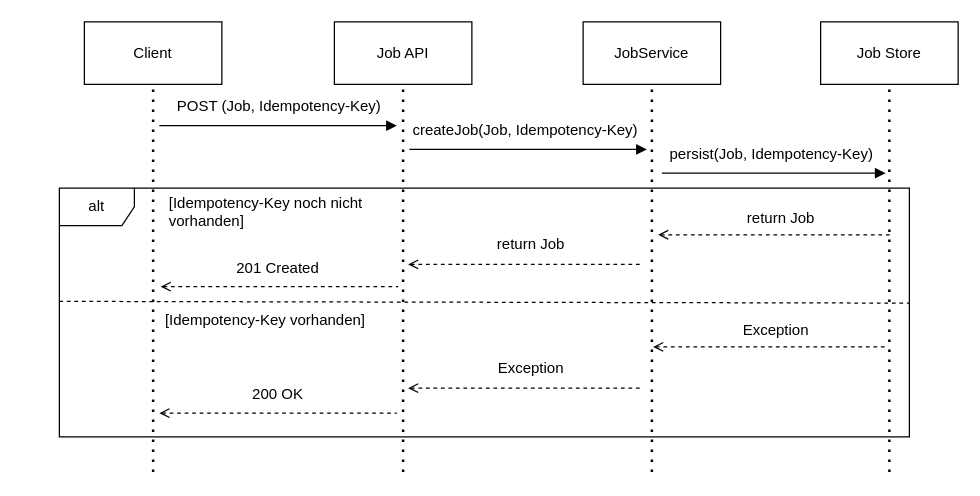
Earlier version of the draw.io diagram Paper/drawio/jobannahmeSequenzdiagramm.drawio (murfei/FaultTolerantJobProcessing). Source tidied: cells renumbered, new cells numbered last; positions are measured from the earlier drawing's top-left corner, leaving out a move shared by most shapes. Both pictures are drawn from the tidied source at 125%, with x=0, y=0 at pixel (59, 21).
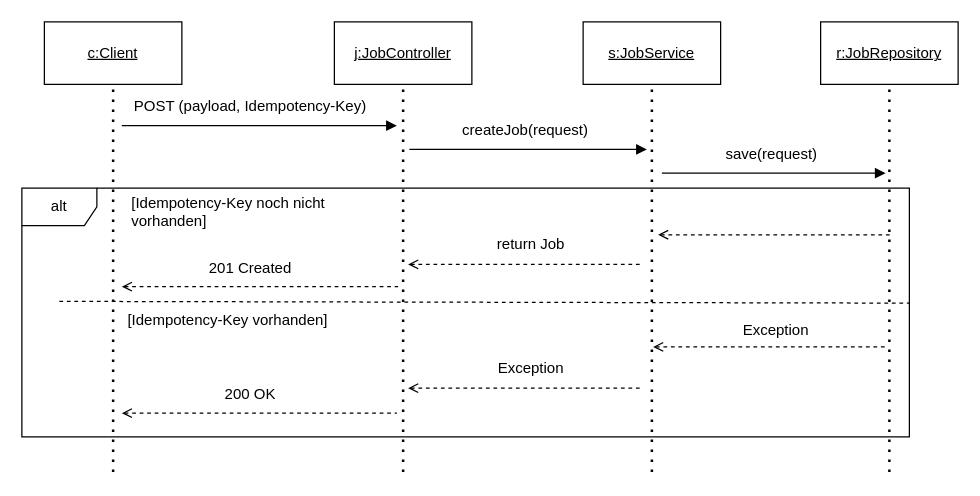
Above is the later version.

The edit, as a diff of the source:
```diff
@@
-    <mxCell id="2" value="Client" style="html=1;whiteSpace=wrap;" parent="1" vertex="1">
-      <mxGeometry x="20" width="110" height="50" as="geometry" />
+    <mxCell id="2" value="&lt;u&gt;c:Client&lt;/u&gt;" style="html=1;whiteSpace=wrap;" parent="1" vertex="1">
+      <mxGeometry x="-12" width="110" height="50" as="geometry" />
     </mxCell>
     <mxCell id="3" style="endArrow=none;dashed=1;html=1;dashPattern=1 3;strokeWidth=2;rounded=0;entryX=0.5;entryY=1;entryDx=0;entryDy=0;" parent="1" edge="1" target="2">
       <mxGeometry relative="1" as="geometry">
-        <mxPoint x="75" y="360" as="sourcePoint" />
+        <mxPoint x="43" y="360" as="sourcePoint" />
       </mxGeometry>
     </mxCell>
-    <mxCell id="4" value="Job API" style="html=1;whiteSpace=wrap;" parent="1" vertex="1">
+    <mxCell id="4" value="&lt;u&gt;j:JobController&lt;/u&gt;" style="html=1;whiteSpace=wrap;" parent="1" vertex="1">
       <mxGeometry x="220" width="110" height="50" as="geometry" />
     </mxCell>
@@
-    <mxCell id="6" value="JobService" style="html=1;whiteSpace=wrap;" parent="1" vertex="1">
+    <mxCell id="6" value="&lt;u&gt;s:JobService&lt;/u&gt;" style="html=1;whiteSpace=wrap;" parent="1" vertex="1">
       <mxGeometry x="419" width="110" height="50" as="geometry" />
     </mxCell>
@@
-    <mxCell id="8" style="endArrow=block;html=1;rounded=0;endFill=1;" parent="1" edge="1">
+    <mxCell id="8" style="endArrow=block;html=1;rounded=0;endFill=1;exitX=0.044;exitY=1;exitDx=0;exitDy=0;exitPerimeter=0;" parent="1" edge="1" source="9">
       <mxGeometry relative="1" as="geometry">
-        <mxPoint x="80" y="83" as="sourcePoint" />
         <mxPoint x="270" y="83" as="targetPoint" />
       </mxGeometry>
     </mxCell>
-    <mxCell id="9" value="POST (Job, Idempotency-Key)" style="text;html=1;whiteSpace=wrap;strokeColor=none;fillColor=none;align=center;verticalAlign=middle;rounded=0;" parent="1" vertex="1">
-      <mxGeometry x="86" y="53" width="180" height="30" as="geometry" />
+    <mxCell id="9" value="POST (payload, Idempotency-Key)" style="text;html=1;whiteSpace=wrap;strokeColor=none;fillColor=none;align=center;verticalAlign=middle;rounded=0;" parent="1" vertex="1">
+      <mxGeometry x="40" y="53" width="226" height="30" as="geometry" />
     </mxCell>
@@
     <mxCell id="11" style="endArrow=none;html=1;rounded=0;endFill=0;dashed=1;startArrow=open;startFill=0;" parent="1" edge="1">
       <mxGeometry relative="1" as="geometry">
-        <mxPoint x="81" y="211.8" as="sourcePoint" />
+        <mxPoint x="50" y="211.8" as="sourcePoint" />
         <mxPoint x="271" y="211.8" as="targetPoint" />
       </mxGeometry>
     </mxCell>
     <mxCell id="12" value="200 OK" style="text;html=1;whiteSpace=wrap;strokeColor=none;fillColor=none;align=center;verticalAlign=middle;rounded=0;" parent="1" vertex="1">
-      <mxGeometry x="130" y="283" width="90" height="30" as="geometry" />
+      <mxGeometry x="40" y="283" width="226" height="30" as="geometry" />
     </mxCell>
     <mxCell id="13" value="alt" style="shape=umlFrame;whiteSpace=wrap;html=1;" parent="1" vertex="1">
-      <mxGeometry y="133" width="680" height="199" as="geometry" />
+      <mxGeometry x="-30" y="133" width="710" height="199" as="geometry" />
     </mxCell>
@@
     <mxCell id="15" value="[Idempotency-Key vorhanden]" style="text;html=1;whiteSpace=wrap;strokeColor=none;fillColor=none;align=center;verticalAlign=middle;rounded=0;" parent="1" vertex="1">
-      <mxGeometry x="80" y="224" width="170" height="30" as="geometry" />
+      <mxGeometry x="50" y="224" width="170" height="30" as="geometry" />
     </mxCell>
     <mxCell id="16" value="&lt;div align=&quot;left&quot;&gt;[Idempotency-Key noch nicht vorhanden]&lt;/div&gt;" style="text;html=1;whiteSpace=wrap;strokeColor=none;fillColor=none;align=left;verticalAlign=middle;rounded=0;" parent="1" vertex="1">
-      <mxGeometry x="86" y="137" width="200" height="30" as="geometry" />
+      <mxGeometry x="56" y="137" width="200" height="30" as="geometry" />
     </mxCell>
     <mxCell id="17" style="endArrow=none;html=1;rounded=0;endFill=0;dashed=1;startArrow=open;startFill=0;" parent="1" edge="1">
       <mxGeometry relative="1" as="geometry">
-        <mxPoint x="80" y="313" as="sourcePoint" />
+        <mxPoint x="50" y="313" as="sourcePoint" />
         <mxPoint x="270" y="313" as="targetPoint" />
       </mxGeometry>
     </mxCell>
     <mxCell id="18" value="201 Created" style="text;html=1;whiteSpace=wrap;strokeColor=none;fillColor=none;align=center;verticalAlign=middle;rounded=0;" parent="1" vertex="1">
-      <mxGeometry x="130" y="182" width="90" height="30" as="geometry" />
+      <mxGeometry x="40" y="182" width="226" height="30" as="geometry" />
     </mxCell>
@@
-    <mxCell id="20" value="persist(Job,&amp;nbsp;Idempotency-Key)" style="text;html=1;whiteSpace=wrap;strokeColor=none;fillColor=none;align=center;verticalAlign=middle;rounded=0;" parent="1" vertex="1">
+    <mxCell id="20" value="save(request)" style="text;html=1;whiteSpace=wrap;strokeColor=none;fillColor=none;align=center;verticalAlign=middle;rounded=0;" parent="1" vertex="1">
       <mxGeometry x="480" y="91" width="180" height="30" as="geometry" />
     </mxCell>
-    <mxCell id="21" value="Job Store" style="html=1;whiteSpace=wrap;" parent="1" vertex="1">
+    <mxCell id="21" value="&lt;u&gt;r:JobRepository&lt;/u&gt;" style="html=1;whiteSpace=wrap;" parent="1" vertex="1">
       <mxGeometry x="609" width="110" height="50" as="geometry" />
     </mxCell>
@@
-    <mxCell id="24" value="createJob(Job,&amp;nbsp;Idempotency-Key)" style="text;html=1;whiteSpace=wrap;strokeColor=none;fillColor=none;align=center;verticalAlign=middle;rounded=0;" parent="1" vertex="1">
+    <mxCell id="24" value="createJob(request)" style="text;html=1;whiteSpace=wrap;strokeColor=none;fillColor=none;align=center;verticalAlign=middle;rounded=0;" parent="1" vertex="1">
       <mxGeometry x="280" y="72" width="186" height="30" as="geometry" />
     </mxCell>
@@
-    <mxCell id="29" value="return Job" style="text;html=1;whiteSpace=wrap;strokeColor=none;fillColor=none;align=center;verticalAlign=middle;rounded=0;" parent="1" vertex="1">
-      <mxGeometry x="480" y="142.3" width="195" height="30" as="geometry" />
-    </mxCell>
```
